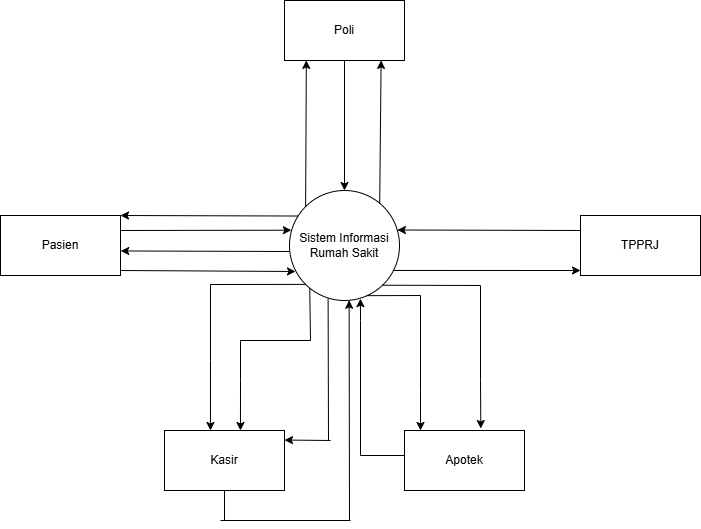
Arfnvaaa/Arfnvaaa keeps this draw.io diagram as EFD LVL 0Diagram Tanpa Judul.drawio.png. Above is the earlier version. Source tidied: cells renumbered, new cells last; positions are measured from the earlier drawing's top-left corner, leaving out a move shared by most shapes.
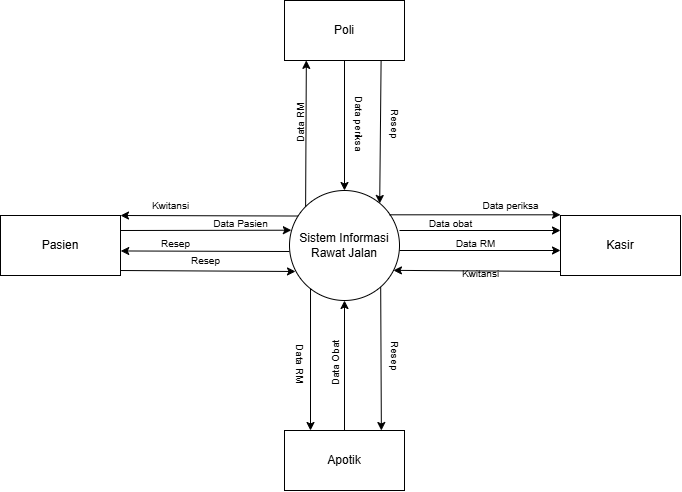
Later version of the same file.

The edit, as a diff of the source:
```diff
@@ -2,23 +2,20 @@
   <root>
     <mxCell id="0" />
     <mxCell id="1" parent="0" />
-    <mxCell id="2" value="Sistem Informasi Rumah Sakit" style="ellipse;whiteSpace=wrap;html=1;" parent="1" vertex="1">
+    <mxCell id="2" value="Sistem Informasi Rawat Jalan" style="ellipse;whiteSpace=wrap;html=1;" parent="1" vertex="1">
       <mxGeometry x="289" y="190" width="110" height="110" as="geometry" />
     </mxCell>
-    <mxCell id="3" value="TPPRJ" style="rounded=0;whiteSpace=wrap;html=1;" parent="1" vertex="1">
-      <mxGeometry x="580" y="215" width="120" height="60" as="geometry" />
-    </mxCell>
     <mxCell id="4" value="Pasien" style="rounded=0;whiteSpace=wrap;html=1;" parent="1" vertex="1">
       <mxGeometry y="215" width="120" height="60" as="geometry" />
     </mxCell>
     <mxCell id="5" value="Poli" style="rounded=0;whiteSpace=wrap;html=1;" parent="1" vertex="1">
       <mxGeometry x="284" width="120" height="60" as="geometry" />
     </mxCell>
-    <mxCell id="6" value="Kasir" style="rounded=0;whiteSpace=wrap;html=1;" parent="1" vertex="1">
-      <mxGeometry x="164" y="430" width="120" height="60" as="geometry" />
+    <mxCell id="6" value="Apotik" style="rounded=0;whiteSpace=wrap;html=1;" parent="1" vertex="1">
+      <mxGeometry x="284" y="430" width="120" height="60" as="geometry" />
     </mxCell>
-    <mxCell id="7" value="Apotek" style="rounded=0;whiteSpace=wrap;html=1;" parent="1" vertex="1">
-      <mxGeometry x="404" y="430" width="120" height="60" as="geometry" />
+    <mxCell id="7" value="Kasir" style="rounded=0;whiteSpace=wrap;html=1;" parent="1" vertex="1">
+      <mxGeometry x="560" y="215" width="120" height="60" as="geometry" />
     </mxCell>
     <mxCell id="8" style="endArrow=classic;html=1;rounded=0;entryX=1;entryY=0;entryDx=0;entryDy=0;exitX=0.078;exitY=0.232;exitDx=0;exitDy=0;exitPerimeter=0;" parent="1" edge="1" source="2" target="4">
       <mxGeometry relative="1" as="geometry" />
@@ -45,115 +42,86 @@
     <mxCell id="13" style="endArrow=classic;html=1;rounded=0;exitX=0.5;exitY=1;exitDx=0;exitDy=0;entryX=0.5;entryY=0;entryDx=0;entryDy=0;" parent="1" edge="1" source="5" target="2">
       <mxGeometry relative="1" as="geometry" />
     </mxCell>
-    <mxCell id="14" style="endArrow=classic;html=1;rounded=0;entryX=0.805;entryY=0.999;entryDx=0;entryDy=0;entryPerimeter=0;exitX=0.82;exitY=0.118;exitDx=0;exitDy=0;exitPerimeter=0;" parent="1" edge="1" source="2" target="5">
+    <mxCell id="14" style="endArrow=classic;html=1;rounded=0;entryX=0.82;entryY=0.118;entryDx=0;entryDy=0;entryPerimeter=0;exitX=0.805;exitY=0.999;exitDx=0;exitDy=0;exitPerimeter=0;" parent="1" edge="1" source="5" target="2">
       <mxGeometry relative="1" as="geometry" />
     </mxCell>
-    <mxCell id="15" style="endArrow=none;html=1;rounded=0;entryX=0;entryY=1;entryDx=0;entryDy=0;" parent="1" edge="1" target="2">
-      <mxGeometry relative="1" as="geometry">
-        <mxPoint x="210" y="360" as="sourcePoint" />
-        <Array as="points">
-          <mxPoint x="210" y="284" />
-        </Array>
-      </mxGeometry>
-    </mxCell>
-    <mxCell id="16" style="endArrow=classic;html=1;rounded=0;entryX=0.383;entryY=0;entryDx=0;entryDy=0;entryPerimeter=0;" parent="1" edge="1" target="6">
-      <mxGeometry relative="1" as="geometry">
-        <mxPoint x="210" y="360" as="sourcePoint" />
-      </mxGeometry>
-    </mxCell>
-    <mxCell id="17" style="endArrow=none;html=1;rounded=0;entryX=0.184;entryY=0.889;entryDx=0;entryDy=0;entryPerimeter=0;" parent="1" edge="1" target="2">
-      <mxGeometry relative="1" as="geometry">
-        <mxPoint x="240" y="340" as="sourcePoint" />
-        <Array as="points">
-          <mxPoint x="310" y="340" />
-        </Array>
-      </mxGeometry>
-    </mxCell>
-    <mxCell id="18" style="endArrow=classic;html=1;rounded=0;entryX=0.633;entryY=0;entryDx=0;entryDy=0;entryPerimeter=0;" parent="1" edge="1" target="6">
-      <mxGeometry relative="1" as="geometry">
-        <mxPoint x="240" y="340" as="sourcePoint" />
-        <Array as="points">
-          <mxPoint x="240" y="380" />
-        </Array>
-      </mxGeometry>
-    </mxCell>
-    <mxCell id="19" style="endArrow=none;html=1;rounded=0;entryX=0.351;entryY=0.984;entryDx=0;entryDy=0;entryPerimeter=0;" parent="1" edge="1" target="2">
-      <mxGeometry relative="1" as="geometry">
-        <mxPoint x="328" y="440" as="sourcePoint" />
-      </mxGeometry>
-    </mxCell>
-    <mxCell id="20" style="endArrow=classic;html=1;rounded=0;entryX=1.01;entryY=0.159;entryDx=0;entryDy=0;entryPerimeter=0;" parent="1" edge="1">
-      <mxGeometry relative="1" as="geometry">
-        <mxPoint x="330" y="440" as="sourcePoint" />
-        <mxPoint x="284" y="439.5" as="targetPoint" />
-      </mxGeometry>
-    </mxCell>
-    <mxCell id="21" style="endArrow=none;html=1;rounded=0;entryX=0.5;entryY=1;entryDx=0;entryDy=0;" parent="1" edge="1" target="6">
-      <mxGeometry relative="1" as="geometry">
-        <mxPoint x="224" y="520" as="sourcePoint" />
-      </mxGeometry>
-    </mxCell>
-    <mxCell id="22" style="endArrow=none;html=1;rounded=0;" parent="1" edge="1">
-      <mxGeometry relative="1" as="geometry">
-        <mxPoint x="220" y="520" as="sourcePoint" />
-        <mxPoint x="350" y="520" as="targetPoint" />
-      </mxGeometry>
-    </mxCell>
-    <mxCell id="23" style="endArrow=classic;html=1;rounded=0;entryX=0.542;entryY=0.998;entryDx=0;entryDy=0;entryPerimeter=0;" parent="1" edge="1" target="2">
-      <mxGeometry relative="1" as="geometry">
-        <mxPoint x="349" y="520" as="sourcePoint" />
-      </mxGeometry>
-    </mxCell>
-    <mxCell id="24" style="endArrow=classic;html=1;rounded=0;exitX=0.944;exitY=0.727;exitDx=0;exitDy=0;exitPerimeter=0;" parent="1" edge="1" source="2">
-      <mxGeometry relative="1" as="geometry">
-        <mxPoint x="580" y="270" as="targetPoint" />
-      </mxGeometry>
-    </mxCell>
-    <mxCell id="25" style="endArrow=classic;html=1;rounded=0;exitX=0.956;exitY=0.729;exitDx=0;exitDy=0;exitPerimeter=0;entryX=0.981;entryY=0.359;entryDx=0;entryDy=0;entryPerimeter=0;" parent="1" edge="1" target="2">
-      <mxGeometry relative="1" as="geometry">
-        <mxPoint x="580" y="230" as="sourcePoint" />
-      </mxGeometry>
-    </mxCell>
-    <mxCell id="26" style="endArrow=none;html=1;rounded=0;exitX=0.846;exitY=0.861;exitDx=0;exitDy=0;exitPerimeter=0;" parent="1" edge="1" source="2">
-      <mxGeometry relative="1" as="geometry">
-        <mxPoint x="480" y="380" as="targetPoint" />
-        <Array as="points">
-          <mxPoint x="480" y="285" />
-        </Array>
-      </mxGeometry>
-    </mxCell>
-    <mxCell id="27" style="endArrow=classic;html=1;rounded=0;entryX=0.636;entryY=-0.033;entryDx=0;entryDy=0;entryPerimeter=0;" parent="1" edge="1" target="7">
-      <mxGeometry relative="1" as="geometry">
-        <mxPoint x="480" y="380" as="sourcePoint" />
-      </mxGeometry>
-    </mxCell>
-    <mxCell id="28" style="endArrow=none;html=1;rounded=0;exitX=0.702;exitY=0.956;exitDx=0;exitDy=0;exitPerimeter=0;" parent="1" edge="1" source="2">
-      <mxGeometry relative="1" as="geometry">
-        <mxPoint x="420" y="390" as="targetPoint" />
-        <Array as="points">
-          <mxPoint x="420" y="295" />
-        </Array>
-      </mxGeometry>
-    </mxCell>
-    <mxCell id="29" style="endArrow=classic;html=1;rounded=0;" parent="1" edge="1">
-      <mxGeometry relative="1" as="geometry">
-        <mxPoint x="420" y="390" as="sourcePoint" />
-        <mxPoint x="420" y="430" as="targetPoint" />
-      </mxGeometry>
-    </mxCell>
-    <mxCell id="30" style="endArrow=none;html=1;rounded=0;" parent="1" edge="1">
-      <mxGeometry relative="1" as="geometry">
-        <mxPoint x="360" y="320" as="sourcePoint" />
-        <mxPoint x="404" y="455" as="targetPoint" />
-        <Array as="points">
-          <mxPoint x="360" y="455" />
-        </Array>
-      </mxGeometry>
-    </mxCell>
-    <mxCell id="31" style="endArrow=classic;html=1;rounded=0;entryX=0.645;entryY=0.983;entryDx=0;entryDy=0;entryPerimeter=0;" parent="1" edge="1" target="2">
-      <mxGeometry relative="1" as="geometry">
-        <mxPoint x="360" y="320" as="sourcePoint" />
-      </mxGeometry>
-    </mxCell>
+    <mxCell id="32" style="endArrow=classic;html=1;rounded=0;exitX=0.191;exitY=0.893;exitDx=0;exitDy=0;exitPerimeter=0;" parent="1" edge="1" source="2">
+      <mxGeometry relative="1" as="geometry">
+        <mxPoint x="310" y="430" as="targetPoint" />
+      </mxGeometry>
+    </mxCell>
+    <mxCell id="33" style="endArrow=classic;html=1;rounded=0;entryX=0.735;entryY=-0.008;entryDx=0;entryDy=0;entryPerimeter=0;exitX=0.829;exitY=0.876;exitDx=0;exitDy=0;exitPerimeter=0;" parent="1" edge="1" source="2">
+      <mxGeometry relative="1" as="geometry">
+        <mxPoint x="380.9" y="430" as="targetPoint" />
+      </mxGeometry>
+    </mxCell>
+    <mxCell id="34" style="endArrow=classic;html=1;rounded=0;entryX=0.5;entryY=1;entryDx=0;entryDy=0;exitX=0.5;exitY=0;exitDx=0;exitDy=0;" parent="1" edge="1" source="6" target="2">
+      <mxGeometry relative="1" as="geometry" />
+    </mxCell>
+    <mxCell id="35" style="endArrow=classic;html=1;rounded=0;exitX=0.056;exitY=0.233;exitDx=0;exitDy=0;exitPerimeter=0;" parent="1" edge="1">
+      <mxGeometry relative="1" as="geometry">
+        <mxPoint x="399" y="230" as="sourcePoint" />
+        <mxPoint x="560" y="230" as="targetPoint" />
+      </mxGeometry>
+    </mxCell>
+    <mxCell id="36" style="endArrow=classic;html=1;rounded=0;exitX=0.056;exitY=0.233;exitDx=0;exitDy=0;exitPerimeter=0;" parent="1" edge="1">
+      <mxGeometry relative="1" as="geometry">
+        <mxPoint x="399" y="250" as="sourcePoint" />
+        <mxPoint x="560" y="250" as="targetPoint" />
+      </mxGeometry>
+    </mxCell>
+    <mxCell id="37" style="endArrow=classic;html=1;rounded=0;exitX=0.078;exitY=0.232;exitDx=0;exitDy=0;exitPerimeter=0;entryX=0.945;entryY=0.726;entryDx=0;entryDy=0;entryPerimeter=0;" parent="1" edge="1" target="2">
+      <mxGeometry relative="1" as="geometry">
+        <mxPoint x="560" y="271" as="sourcePoint" />
+      </mxGeometry>
+    </mxCell>
+    <mxCell id="38" style="endArrow=classic;html=1;rounded=0;exitX=0.056;exitY=0.233;exitDx=0;exitDy=0;exitPerimeter=0;entryX=0.017;entryY=0.361;entryDx=0;entryDy=0;entryPerimeter=0;" parent="1" edge="1">
+      <mxGeometry relative="1" as="geometry">
+        <mxPoint x="389" y="214.3" as="sourcePoint" />
+        <mxPoint x="560" y="214.3" as="targetPoint" />
+      </mxGeometry>
+    </mxCell>
+    <mxCell id="39" value="&lt;font style=&quot;font-size: 10px;&quot;&gt;Kwitansi&lt;/font&gt;" style="text;html=1;align=center;verticalAlign=middle;strokeColor=none;fillColor=none;" parent="1" vertex="1">
+      <mxGeometry x="140" y="190" width="60" height="30" as="geometry" />
+    </mxCell>
+    <mxCell id="40" value="&lt;font style=&quot;font-size: 10px;&quot;&gt;Resep&lt;/font&gt;" style="text;html=1;align=center;verticalAlign=middle;strokeColor=none;fillColor=none;" parent="1" vertex="1">
+      <mxGeometry x="150" y="228" width="50" height="30" as="geometry" />
+    </mxCell>
+    <mxCell id="41" value="&lt;font style=&quot;font-size: 10px;&quot;&gt;Data Pasien&lt;/font&gt;" style="text;html=1;align=center;verticalAlign=middle;strokeColor=none;fillColor=none;" parent="1" vertex="1">
+      <mxGeometry x="200" y="208" width="80" height="30" as="geometry" />
+    </mxCell>
+    <mxCell id="42" value="&lt;font style=&quot;font-size: 10px;&quot;&gt;Resep&lt;/font&gt;" style="text;html=1;align=center;verticalAlign=middle;strokeColor=none;fillColor=none;" parent="1" vertex="1">
+      <mxGeometry x="180" y="245" width="50" height="30" as="geometry" />
+    </mxCell>
+    <mxCell id="43" value="&lt;font style=&quot;font-size: 10px;&quot;&gt;Data RM&lt;/font&gt;" style="text;html=1;align=center;verticalAlign=middle;strokeColor=none;fillColor=none;rotation=-90;" parent="1" vertex="1">
+      <mxGeometry x="270" y="108" width="60" height="30" as="geometry" />
+    </mxCell>
+    <mxCell id="44" value="&lt;font style=&quot;font-size: 10px;&quot;&gt;Resep&lt;/font&gt;" style="text;html=1;align=center;verticalAlign=middle;strokeColor=none;fillColor=none;rotation=90;" parent="1" vertex="1">
+      <mxGeometry x="370" y="108" width="50" height="30" as="geometry" />
+    </mxCell>
+    <mxCell id="45" value="&lt;font style=&quot;font-size: 10px;&quot;&gt;Data periksa&lt;/font&gt;" style="text;html=1;align=center;verticalAlign=middle;strokeColor=none;fillColor=none;rotation=90;" parent="1" vertex="1">
+      <mxGeometry x="319" y="108" width="80" height="30" as="geometry" />
+    </mxCell>
+    <mxCell id="46" value="&lt;font style=&quot;font-size: 10px;&quot;&gt;Kwitansi&lt;/font&gt;" style="text;html=1;align=center;verticalAlign=middle;strokeColor=none;fillColor=none;" parent="1" vertex="1">
+      <mxGeometry x="450" y="258" width="60" height="30" as="geometry" />
+    </mxCell>
+    <mxCell id="47" value="&lt;font style=&quot;font-size: 10px;&quot;&gt;Data periksa&lt;/font&gt;" style="text;html=1;align=center;verticalAlign=middle;strokeColor=none;fillColor=none;" parent="1" vertex="1">
+      <mxGeometry x="470" y="190" width="80" height="30" as="geometry" />
+    </mxCell>
+    <mxCell id="48" value="&lt;font style=&quot;font-size: 10px;&quot;&gt;Data obat&lt;/font&gt;" style="text;html=1;align=center;verticalAlign=middle;strokeColor=none;fillColor=none;" parent="1" vertex="1">
+      <mxGeometry x="415" y="208" width="70" height="30" as="geometry" />
+    </mxCell>
+    <mxCell id="49" value="&lt;font style=&quot;font-size: 10px;&quot;&gt;Data RM&lt;/font&gt;" style="text;html=1;align=center;verticalAlign=middle;strokeColor=none;fillColor=none;" parent="1" vertex="1">
+      <mxGeometry x="445" y="228" width="60" height="30" as="geometry" />
+    </mxCell>
+    <mxCell id="50" value="&lt;font style=&quot;font-size: 10px;&quot;&gt;Resep&lt;/font&gt;" style="text;html=1;align=center;verticalAlign=middle;strokeColor=none;fillColor=none;rotation=90;" parent="1" vertex="1">
+      <mxGeometry x="370" y="340" width="50" height="30" as="geometry" />
+    </mxCell>
+    <mxCell id="51" value="&lt;font style=&quot;font-size: 10px;&quot;&gt;Data RM&lt;/font&gt;" style="text;html=1;align=center;verticalAlign=middle;strokeColor=none;fillColor=none;rotation=90;" parent="1" vertex="1">
+      <mxGeometry x="270" y="348" width="60" height="30" as="geometry" />
+    </mxCell>
+    <mxCell id="52" value="&lt;font style=&quot;font-size: 10px;&quot;&gt;Data Obat&lt;/font&gt;" style="text;html=1;align=center;verticalAlign=middle;strokeColor=none;fillColor=none;rotation=270;" parent="1" vertex="1">
+      <mxGeometry x="300" y="348" width="70" height="30" as="geometry" />
+    </mxCell>
   </root>
 </mxGraphModel>
```
